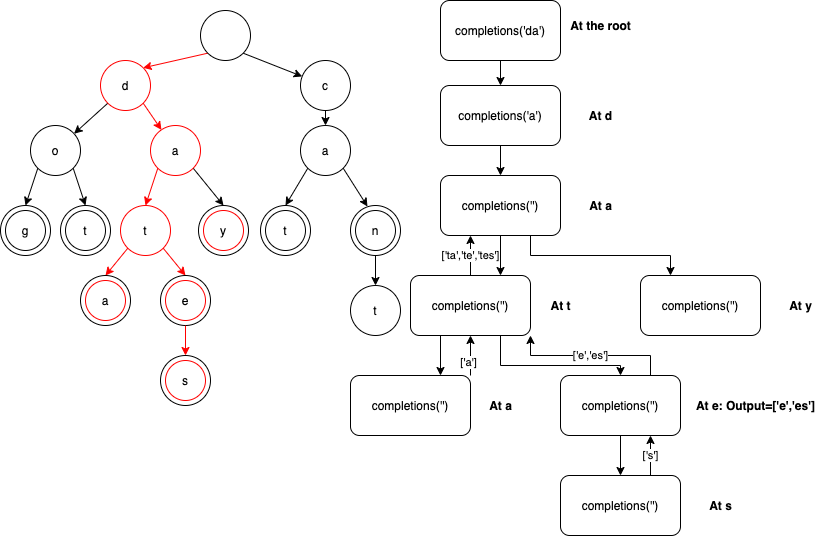
Before: static/images/completions_attempt13.png, a diagram exported from draw.io (ksu-cs-cc/ksu-cs-cc.github.io). Source tidied: cells renumbered, new cells last; positions are measured from the earlier drawing's top-left corner, leaving out a move shared by most shapes. The source it was exported from:
```xml
<mxGraphModel>
  <root>
    <mxCell id="0" />
    <mxCell id="1" parent="0" />
    <mxCell id="2" style="edgeStyle=none;rounded=0;jettySize=auto;html=1;exitX=0.5;exitY=1;exitDx=0;exitDy=0;entryX=0.5;entryY=0;entryDx=0;entryDy=0;strokeColor=#000000;" parent="1" edge="1" source="3" target="5">
      <mxGeometry relative="1" as="geometry" />
    </mxCell>
    <mxCell id="3" value="completions('da')" style="rounded=1;whiteSpace=wrap;html=1;" parent="1" vertex="1">
      <mxGeometry x="440" width="120" height="60" as="geometry" />
    </mxCell>
    <mxCell id="4" style="edgeStyle=none;rounded=0;jettySize=auto;html=1;exitX=0.5;exitY=1;exitDx=0;exitDy=0;entryX=0.5;entryY=0;entryDx=0;entryDy=0;" parent="1" edge="1" source="5" target="8">
      <mxGeometry relative="1" as="geometry" />
    </mxCell>
    <mxCell id="5" value="completions('a')" style="rounded=1;whiteSpace=wrap;html=1;" parent="1" vertex="1">
      <mxGeometry x="440" y="85" width="120" height="60" as="geometry" />
    </mxCell>
    <mxCell id="6" style="edgeStyle=none;rounded=0;jettySize=auto;html=1;exitX=0.5;exitY=1;exitDx=0;exitDy=0;entryX=0.75;entryY=0;entryDx=0;entryDy=0;" parent="1" edge="1" source="8" target="63">
      <mxGeometry relative="1" as="geometry" />
    </mxCell>
    <mxCell id="7" style="edgeStyle=orthogonalEdgeStyle;rounded=0;jettySize=auto;html=1;exitX=0.75;exitY=1;exitDx=0;exitDy=0;entryX=0.25;entryY=0;entryDx=0;entryDy=0;strokeColor=#000000;" parent="1" edge="1" source="8" target="64">
      <mxGeometry relative="1" as="geometry" />
    </mxCell>
    <mxCell id="8" value="completions('')" style="rounded=1;whiteSpace=wrap;html=1;" parent="1" vertex="1">
      <mxGeometry x="440" y="175" width="120" height="60" as="geometry" />
    </mxCell>
    <mxCell id="9" style="edgeStyle=none;rounded=0;jettySize=auto;html=1;exitX=0;exitY=1;exitDx=0;exitDy=0;" parent="1" edge="1" source="11" target="33">
      <mxGeometry relative="1" as="geometry" />
    </mxCell>
    <mxCell id="10" style="edgeStyle=none;rounded=0;jettySize=auto;html=1;exitX=1;exitY=1;exitDx=0;exitDy=0;strokeColor=#FF0000;" parent="1" edge="1" source="11" target="36">
      <mxGeometry relative="1" as="geometry" />
    </mxCell>
    <mxCell id="11" value="d" style="ellipse;whiteSpace=wrap;html=1;strokeColor=#FF0000;" parent="1" vertex="1">
      <mxGeometry x="100" y="60" width="50" height="50" as="geometry" />
    </mxCell>
    <mxCell id="12" style="rounded=0;jettySize=auto;html=1;exitX=0;exitY=1;exitDx=0;exitDy=0;entryX=1;entryY=0;entryDx=0;entryDy=0;strokeColor=#FF0000;" parent="1" edge="1" source="14" target="11">
      <mxGeometry relative="1" as="geometry" />
    </mxCell>
    <mxCell id="13" style="edgeStyle=none;rounded=0;jettySize=auto;html=1;exitX=1;exitY=1;exitDx=0;exitDy=0;" parent="1" edge="1" source="14" target="16">
      <mxGeometry relative="1" as="geometry" />
    </mxCell>
    <mxCell id="14" style="ellipse;whiteSpace=wrap;html=1;" parent="1" vertex="1">
      <mxGeometry x="200" y="10" width="50" height="50" as="geometry" />
    </mxCell>
    <mxCell id="15" style="edgeStyle=none;rounded=0;jettySize=auto;html=1;exitX=0.5;exitY=1;exitDx=0;exitDy=0;entryX=0.5;entryY=0;entryDx=0;entryDy=0;" parent="1" edge="1" source="16" target="19">
      <mxGeometry relative="1" as="geometry" />
    </mxCell>
    <mxCell id="16" value="c" style="ellipse;whiteSpace=wrap;html=1;" parent="1" vertex="1">
      <mxGeometry x="300" y="60" width="50" height="50" as="geometry" />
    </mxCell>
    <mxCell id="17" style="edgeStyle=none;rounded=0;jettySize=auto;html=1;exitX=0;exitY=1;exitDx=0;exitDy=0;entryX=0.5;entryY=0;entryDx=0;entryDy=0;" parent="1" edge="1" source="19" target="22">
      <mxGeometry relative="1" as="geometry" />
    </mxCell>
    <mxCell id="18" style="edgeStyle=none;rounded=0;jettySize=auto;html=1;exitX=1;exitY=1;exitDx=0;exitDy=0;entryX=0.3;entryY=-0.1;entryDx=0;entryDy=0;entryPerimeter=0;" parent="1" edge="1" source="19" target="27">
      <mxGeometry relative="1" as="geometry" />
    </mxCell>
    <mxCell id="19" value="a" style="ellipse;whiteSpace=wrap;html=1;" parent="1" vertex="1">
      <mxGeometry x="300" y="125" width="50" height="50" as="geometry" />
    </mxCell>
    <mxCell id="20" value="t" style="ellipse;whiteSpace=wrap;html=1;" parent="1" vertex="1">
      <mxGeometry x="350" y="285" width="50" height="50" as="geometry" />
    </mxCell>
    <mxCell id="21" style="group;" parent="1" vertex="1">
      <mxGeometry x="260" y="205" width="50" height="50" as="geometry" />
    </mxCell>
    <mxCell id="22" style="ellipse;whiteSpace=wrap;html=1;" parent="21" vertex="1">
      <mxGeometry width="50" height="50" as="geometry" />
    </mxCell>
    <mxCell id="23" value="t" style="ellipse;whiteSpace=wrap;html=1;fillColor=none;" parent="21" vertex="1">
      <mxGeometry x="5" y="5" width="40" height="40" as="geometry" />
    </mxCell>
    <mxCell id="24" style="edgeStyle=none;rounded=0;orthogonalLoop=1;jettySize=auto;html=1;exitX=1;exitY=1;exitDx=0;exitDy=0;" parent="21" edge="1" source="23" target="23">
      <mxGeometry relative="1" as="geometry" />
    </mxCell>
    <mxCell id="25" style="group;" parent="1" vertex="1">
      <mxGeometry x="350" y="205" width="50" height="50" as="geometry" />
    </mxCell>
    <mxCell id="26" style="ellipse;whiteSpace=wrap;html=1;" parent="25" vertex="1">
      <mxGeometry width="50" height="50" as="geometry" />
    </mxCell>
    <mxCell id="27" value="n" style="ellipse;whiteSpace=wrap;html=1;fillColor=none;" parent="25" vertex="1">
      <mxGeometry x="5" y="5" width="40" height="40" as="geometry" />
    </mxCell>
    <mxCell id="28" style="group;" parent="1" vertex="1">
      <mxGeometry x="60" y="205" width="50" height="50" as="geometry" />
    </mxCell>
    <mxCell id="29" style="ellipse;whiteSpace=wrap;html=1;" parent="28" vertex="1">
      <mxGeometry width="50" height="50" as="geometry" />
    </mxCell>
    <mxCell id="30" value="t" style="ellipse;whiteSpace=wrap;html=1;fillColor=none;" parent="28" vertex="1">
      <mxGeometry x="5" y="5" width="40" height="40" as="geometry" />
    </mxCell>
    <mxCell id="31" style="edgeStyle=none;rounded=0;jettySize=auto;html=1;exitX=0;exitY=1;exitDx=0;exitDy=0;entryX=0.5;entryY=0;entryDx=0;entryDy=0;" parent="1" edge="1" source="33" target="38">
      <mxGeometry relative="1" as="geometry" />
    </mxCell>
    <mxCell id="32" style="edgeStyle=none;rounded=0;jettySize=auto;html=1;exitX=1;exitY=1;exitDx=0;exitDy=0;entryX=0.5;entryY=0;entryDx=0;entryDy=0;" parent="1" edge="1" source="33" target="29">
      <mxGeometry relative="1" as="geometry" />
    </mxCell>
    <mxCell id="33" value="o" style="ellipse;whiteSpace=wrap;html=1;" parent="1" vertex="1">
      <mxGeometry x="30" y="125" width="50" height="50" as="geometry" />
    </mxCell>
    <mxCell id="34" style="edgeStyle=none;rounded=0;jettySize=auto;html=1;exitX=0;exitY=1;exitDx=0;exitDy=0;entryX=0.5;entryY=0;entryDx=0;entryDy=0;strokeColor=#FF0000;" parent="1" edge="1" source="36" target="42">
      <mxGeometry relative="1" as="geometry" />
    </mxCell>
    <mxCell id="35" style="edgeStyle=none;rounded=0;jettySize=auto;html=1;exitX=1;exitY=1;exitDx=0;exitDy=0;entryX=0.5;entryY=0;entryDx=0;entryDy=0;" parent="1" edge="1" source="36" target="44">
      <mxGeometry relative="1" as="geometry" />
    </mxCell>
    <mxCell id="36" value="a" style="ellipse;whiteSpace=wrap;html=1;strokeColor=#FF0000;" parent="1" vertex="1">
      <mxGeometry x="150" y="125" width="50" height="50" as="geometry" />
    </mxCell>
    <mxCell id="37" style="group;" parent="1" vertex="1">
      <mxGeometry y="205" width="50" height="50" as="geometry" />
    </mxCell>
    <mxCell id="38" style="ellipse;whiteSpace=wrap;html=1;" parent="37" vertex="1">
      <mxGeometry width="50" height="50" as="geometry" />
    </mxCell>
    <mxCell id="39" value="g" style="ellipse;whiteSpace=wrap;html=1;fillColor=none;" parent="37" vertex="1">
      <mxGeometry x="5" y="5" width="40" height="40" as="geometry" />
    </mxCell>
    <mxCell id="40" style="edgeStyle=none;rounded=0;jettySize=auto;html=1;exitX=0;exitY=1;exitDx=0;exitDy=0;entryX=0.5;entryY=0;entryDx=0;entryDy=0;strokeColor=#FF0000;" parent="1" edge="1" source="42" target="47">
      <mxGeometry relative="1" as="geometry" />
    </mxCell>
    <mxCell id="41" style="edgeStyle=none;rounded=0;jettySize=auto;html=1;exitX=1;exitY=1;exitDx=0;exitDy=0;entryX=0.5;entryY=0;entryDx=0;entryDy=0;strokeColor=#FF0000;" parent="1" edge="1" source="42" target="50">
      <mxGeometry relative="1" as="geometry" />
    </mxCell>
    <mxCell id="42" value="t" style="ellipse;whiteSpace=wrap;html=1;strokeColor=#FF0000;" parent="1" vertex="1">
      <mxGeometry x="120" y="205" width="50" height="50" as="geometry" />
    </mxCell>
    <mxCell id="43" style="group;" parent="1" vertex="1">
      <mxGeometry x="198" y="205" width="50" height="50" as="geometry" />
    </mxCell>
    <mxCell id="44" style="ellipse;whiteSpace=wrap;html=1;" parent="43" vertex="1">
      <mxGeometry width="50" height="50" as="geometry" />
    </mxCell>
    <mxCell id="45" value="y" style="ellipse;whiteSpace=wrap;html=1;fillColor=none;strokeColor=#FF0000;" parent="43" vertex="1">
      <mxGeometry x="5" y="5" width="40" height="40" as="geometry" />
    </mxCell>
    <mxCell id="46" style="group;" parent="1" vertex="1">
      <mxGeometry x="80" y="275" width="50" height="50" as="geometry" />
    </mxCell>
    <mxCell id="47" style="ellipse;whiteSpace=wrap;html=1;" parent="46" vertex="1">
      <mxGeometry width="50" height="50" as="geometry" />
    </mxCell>
    <mxCell id="48" value="a" style="ellipse;whiteSpace=wrap;html=1;fillColor=none;strokeColor=#FF0000;" parent="46" vertex="1">
      <mxGeometry x="5" y="5" width="40" height="40" as="geometry" />
    </mxCell>
    <mxCell id="49" style="group;" parent="1" vertex="1">
      <mxGeometry x="160" y="275" width="50" height="50" as="geometry" />
    </mxCell>
    <mxCell id="50" style="ellipse;whiteSpace=wrap;html=1;" parent="49" vertex="1">
      <mxGeometry width="50" height="50" as="geometry" />
    </mxCell>
    <mxCell id="51" value="e" style="ellipse;whiteSpace=wrap;html=1;fillColor=none;strokeColor=#FF0000;" parent="49" vertex="1">
      <mxGeometry x="5" y="5" width="40" height="40" as="geometry" />
    </mxCell>
    <mxCell id="52" style="group;" parent="1" vertex="1">
      <mxGeometry x="160" y="355" width="50" height="50" as="geometry" />
    </mxCell>
    <mxCell id="53" style="ellipse;whiteSpace=wrap;html=1;" parent="52" vertex="1">
      <mxGeometry width="50" height="50" as="geometry" />
    </mxCell>
    <mxCell id="54" value="s" style="ellipse;whiteSpace=wrap;html=1;fillColor=none;strokeColor=#FF0000;" parent="52" vertex="1">
      <mxGeometry x="5" y="5" width="40" height="40" as="geometry" />
    </mxCell>
    <mxCell id="55" style="edgeStyle=none;rounded=0;jettySize=auto;html=1;exitX=0.5;exitY=1;exitDx=0;exitDy=0;entryX=0.5;entryY=0;entryDx=0;entryDy=0;" parent="1" edge="1" source="26" target="20">
      <mxGeometry relative="1" as="geometry" />
    </mxCell>
    <mxCell id="56" style="edgeStyle=none;rounded=0;jettySize=auto;html=1;exitX=0.5;exitY=1;exitDx=0;exitDy=0;entryX=0.5;entryY=0;entryDx=0;entryDy=0;strokeColor=#FF0000;" parent="1" edge="1" source="50" target="53">
      <mxGeometry relative="1" as="geometry" />
    </mxCell>
    <mxCell id="57" value="&lt;b&gt;At the root&lt;/b&gt;" style="text;html=1;align=center;verticalAlign=middle;" parent="1" vertex="1">
      <mxGeometry x="560" y="15" width="80" height="20" as="geometry" />
    </mxCell>
    <mxCell id="58" value="&lt;b&gt;At d&lt;/b&gt;" style="text;html=1;align=center;verticalAlign=middle;" parent="1" vertex="1">
      <mxGeometry x="580" y="105" width="40" height="20" as="geometry" />
    </mxCell>
    <mxCell id="59" value="&lt;b&gt;At a&lt;/b&gt;" style="text;html=1;align=center;verticalAlign=middle;" parent="1" vertex="1">
      <mxGeometry x="580" y="195" width="40" height="20" as="geometry" />
    </mxCell>
    <mxCell id="60" style="edgeStyle=orthogonalEdgeStyle;rounded=0;jettySize=auto;html=1;exitX=0.25;exitY=1;exitDx=0;exitDy=0;entryX=0.75;entryY=0;entryDx=0;entryDy=0;" parent="1" edge="1" source="63" target="69">
      <mxGeometry relative="1" as="geometry" />
    </mxCell>
    <mxCell id="61" style="edgeStyle=orthogonalEdgeStyle;rounded=0;jettySize=auto;html=1;exitX=0.75;exitY=1;exitDx=0;exitDy=0;entryX=0.5;entryY=0;entryDx=0;entryDy=0;strokeColor=#000000;" parent="1" edge="1" source="63" target="72">
      <mxGeometry relative="1" as="geometry">
        <Array as="points">
          <mxPoint x="500" y="365" />
          <mxPoint x="620" y="365" />
        </Array>
      </mxGeometry>
    </mxCell>
    <mxCell id="62" value="['ta','te','tes']" style="edgeStyle=orthogonalEdgeStyle;rounded=0;jettySize=auto;html=1;exitX=0.5;exitY=0;exitDx=0;exitDy=0;entryX=0.25;entryY=1;entryDx=0;entryDy=0;strokeColor=#000000;" parent="1" edge="1" source="63" target="8">
      <mxGeometry relative="1" as="geometry" />
    </mxCell>
    <mxCell id="63" value="completions('')" style="rounded=1;whiteSpace=wrap;html=1;" parent="1" vertex="1">
      <mxGeometry x="410" y="275" width="120" height="60" as="geometry" />
    </mxCell>
    <mxCell id="64" value="completions('')" style="rounded=1;whiteSpace=wrap;html=1;" parent="1" vertex="1">
      <mxGeometry x="640" y="275" width="120" height="60" as="geometry" />
    </mxCell>
    <mxCell id="65" value="&lt;b&gt;At t&lt;/b&gt;" style="text;html=1;align=center;verticalAlign=middle;" parent="1" vertex="1">
      <mxGeometry x="540" y="295" width="40" height="20" as="geometry" />
    </mxCell>
    <mxCell id="66" value="&lt;b&gt;At y&lt;/b&gt;" style="text;html=1;align=center;verticalAlign=middle;" parent="1" vertex="1">
      <mxGeometry x="780" y="295" width="40" height="20" as="geometry" />
    </mxCell>
    <mxCell id="67" style="edgeStyle=orthogonalEdgeStyle;rounded=0;jettySize=auto;html=1;exitX=1;exitY=0;exitDx=0;exitDy=0;entryX=0.5;entryY=1;entryDx=0;entryDy=0;" parent="1" edge="1" source="69" target="63">
      <mxGeometry relative="1" as="geometry" />
    </mxCell>
    <mxCell id="68" value="['a']" style="edgeLabel;html=1;align=center;verticalAlign=middle;" parent="67" vertex="1">
      <mxGeometry x="-0.3" y="3" relative="1" as="geometry" />
    </mxCell>
    <mxCell id="69" value="completions('')" style="rounded=1;whiteSpace=wrap;html=1;" parent="1" vertex="1">
      <mxGeometry x="350" y="375" width="120" height="60" as="geometry" />
    </mxCell>
    <mxCell id="70" style="edgeStyle=orthogonalEdgeStyle;rounded=0;jettySize=auto;html=1;exitX=0.5;exitY=1;exitDx=0;exitDy=0;strokeColor=#000000;" parent="1" edge="1" source="72" target="76">
      <mxGeometry relative="1" as="geometry" />
    </mxCell>
    <mxCell id="71" value="['e','es']" style="edgeStyle=orthogonalEdgeStyle;rounded=0;jettySize=auto;html=1;exitX=0.75;exitY=0;exitDx=0;exitDy=0;entryX=1;entryY=1;entryDx=0;entryDy=0;strokeColor=#000000;" parent="1" edge="1" source="72" target="63">
      <mxGeometry relative="1" as="geometry" />
    </mxCell>
    <mxCell id="72" value="completions('')" style="rounded=1;whiteSpace=wrap;html=1;" parent="1" vertex="1">
      <mxGeometry x="560" y="375" width="120" height="60" as="geometry" />
    </mxCell>
    <mxCell id="73" value="&lt;b&gt;At a&lt;/b&gt;" style="text;html=1;align=center;verticalAlign=middle;" parent="1" vertex="1">
      <mxGeometry x="480" y="395" width="40" height="20" as="geometry" />
    </mxCell>
    <mxCell id="74" value="&lt;b&gt;At e: Output=['e','es']&lt;/b&gt;" style="text;html=1;align=center;verticalAlign=middle;" parent="1" vertex="1">
      <mxGeometry x="690" y="395" width="130" height="20" as="geometry" />
    </mxCell>
    <mxCell id="75" value="['s']" style="edgeStyle=orthogonalEdgeStyle;rounded=0;jettySize=auto;html=1;exitX=0.75;exitY=0;exitDx=0;exitDy=0;entryX=0.75;entryY=1;entryDx=0;entryDy=0;" parent="1" edge="1" source="76" target="72">
      <mxGeometry relative="1" as="geometry" />
    </mxCell>
    <mxCell id="76" value="completions('')" style="rounded=1;whiteSpace=wrap;html=1;" parent="1" vertex="1">
      <mxGeometry x="560" y="475" width="120" height="60" as="geometry" />
    </mxCell>
    <mxCell id="77" value="&lt;b&gt;At s&lt;/b&gt;" style="text;html=1;align=center;verticalAlign=middle;" parent="1" vertex="1">
      <mxGeometry x="700" y="495" width="40" height="20" as="geometry" />
    </mxCell>
  </root>
</mxGraphModel>
```
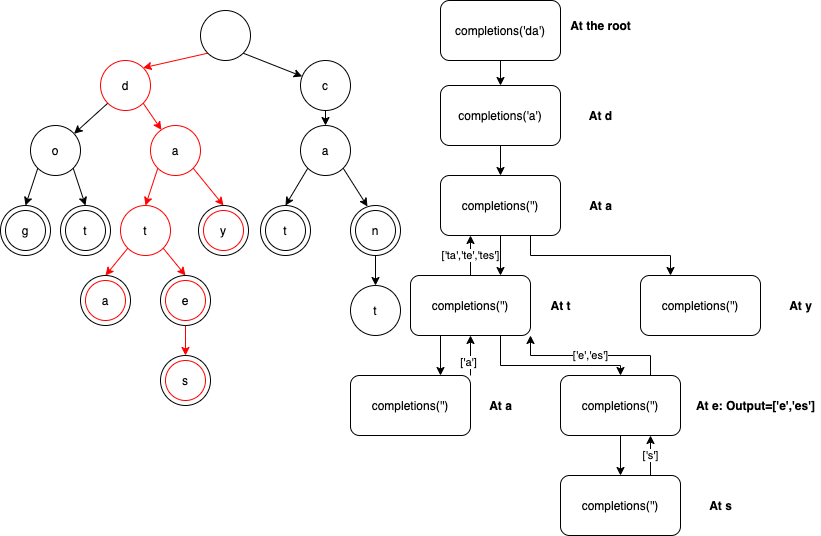
Above is the later version.

Change to the diagram source:
```diff
@@ -101,7 +101,7 @@
     <mxCell id="34" style="edgeStyle=none;rounded=0;jettySize=auto;html=1;exitX=0;exitY=1;exitDx=0;exitDy=0;entryX=0.5;entryY=0;entryDx=0;entryDy=0;strokeColor=#FF0000;" parent="1" edge="1" source="36" target="42">
       <mxGeometry relative="1" as="geometry" />
     </mxCell>
-    <mxCell id="35" style="edgeStyle=none;rounded=0;jettySize=auto;html=1;exitX=1;exitY=1;exitDx=0;exitDy=0;entryX=0.5;entryY=0;entryDx=0;entryDy=0;" parent="1" edge="1" source="36" target="44">
+    <mxCell id="35" style="edgeStyle=none;rounded=0;jettySize=auto;html=1;exitX=1;exitY=1;exitDx=0;exitDy=0;entryX=0.5;entryY=0;entryDx=0;entryDy=0;strokeColor=#FF0000;" parent="1" edge="1" source="36" target="44">
       <mxGeometry relative="1" as="geometry" />
     </mxCell>
     <mxCell id="36" value="a" style="ellipse;whiteSpace=wrap;html=1;strokeColor=#FF0000;" parent="1" vertex="1">
```
